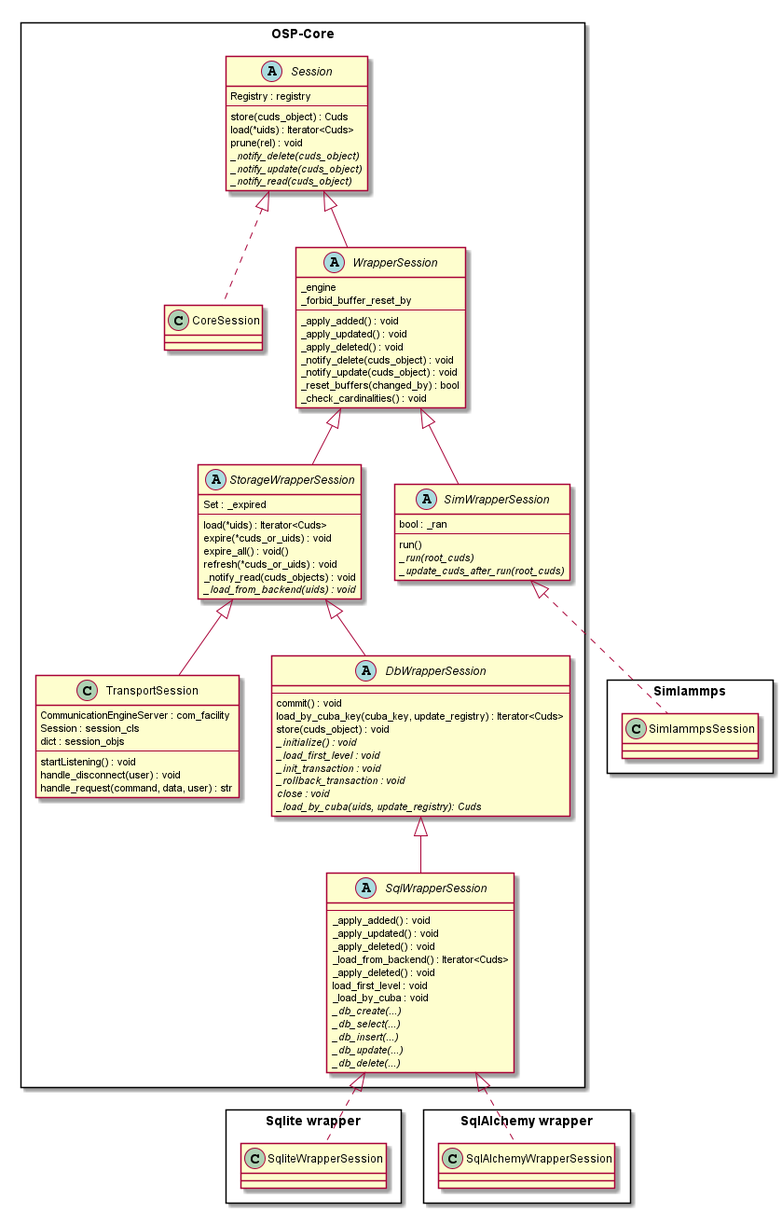
Earlier version of the PlantUML export img/session_inheritance_scheme.png (simphony/wrapper-development).
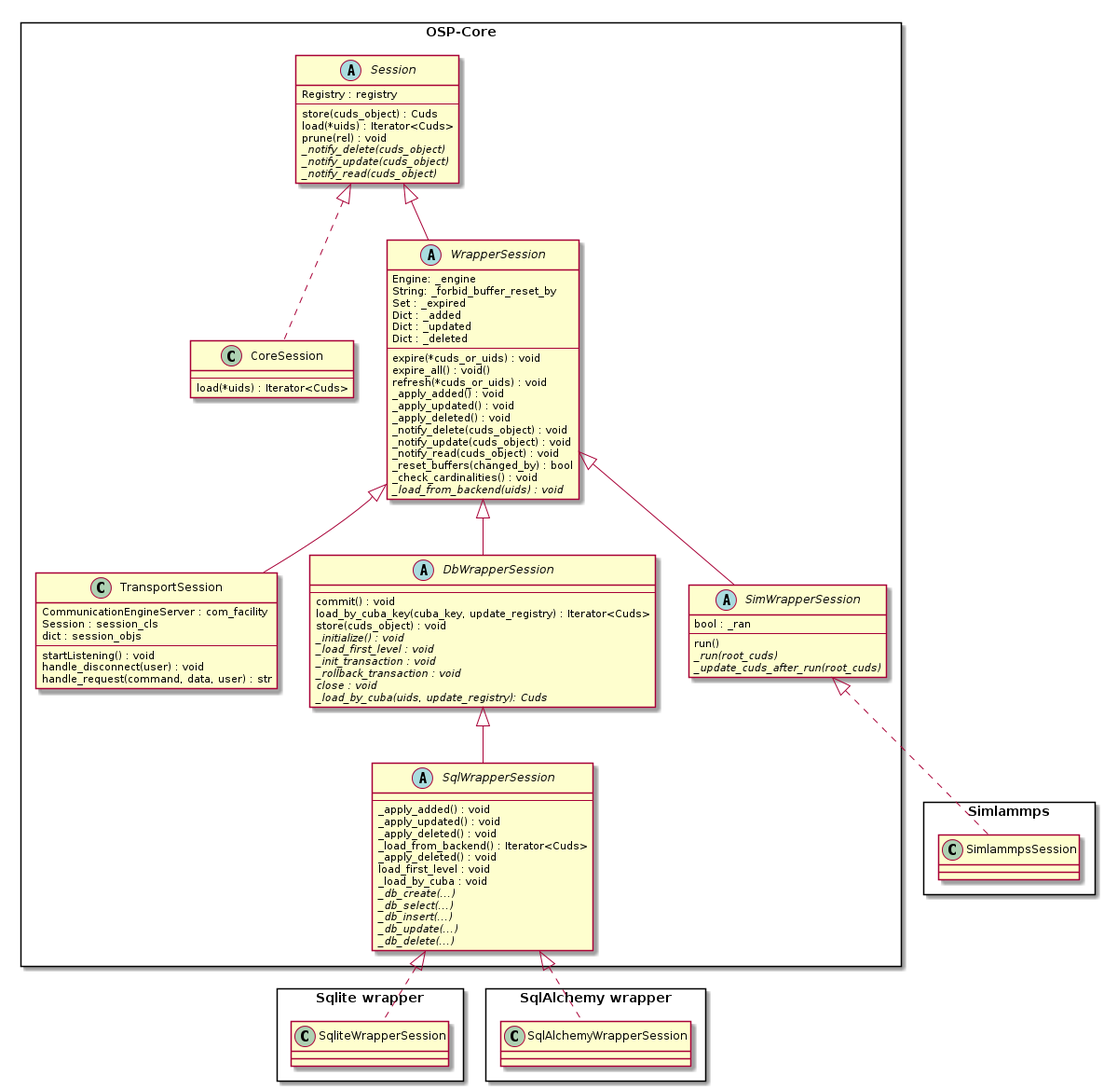
After the commit.

What changed in the source:
```diff
@@ -1,103 +1,103 @@
 @startuml
 rectangle "OSP-Core" as OSP {
-  abstract class Session {
-    Registry : registry
-    --
-    store(cuds_object) : Cuds
-    load(*uids) : Iterator<Cuds>
-    prune(rel) : void
-    {abstract}_notify_delete(cuds_object)
-    {abstract}_notify_update(cuds_object)
-    {abstract}_notify_read(cuds_object)
+    abstract class Session {
+      Registry : registry
+      --
+      store(cuds_object) : Cuds
+      load(*uids) : Iterator<Cuds>
+      prune(rel) : void
+      {abstract}_notify_delete(cuds_object)
+      {abstract}_notify_update(cuds_object)
+      {abstract}_notify_read(cuds_object)
+    }
+
+    class CoreSession implements Session {
+      --
+      load(*uids) : Iterator<Cuds>
+    }
+
+    abstract class WrapperSession extends Session {
+      Engine: _engine
+      String: _forbid_buffer_reset_by
+      Set : _expired
+      Dict : _added
+      Dict : _updated
+      Dict : _deleted
+      --
+      expire(*cuds_or_uids) : void
+      expire_all() : void()
+      refresh(*cuds_or_uids) : void
+      _apply_added() : void
+      _apply_updated() : void
+      _apply_deleted() : void
+      _notify_delete(cuds_object) : void
+      _notify_update(cuds_object) : void
+      _notify_read(cuds_object) : void
+      _reset_buffers(changed_by) : bool
+      _check_cardinalities() : void
+      {abstract}_load_from_backend(uids) : void
+    }
+
+    class TransportSession extends WrapperSession {
+      CommunicationEngineServer : com_facility
+      Session : session_cls
+      dict : session_objs
+      --
+      startListening() : void
+      handle_disconnect(user) : void
+      handle_request(command, data, user) : str
+    }
+
+    abstract class DbWrapperSession extends WrapperSession {
+      --
+      commit() : void
+      load_by_cuba_key(cuba_key, update_registry) : Iterator<Cuds>
+      store(cuds_object) : void
+      {abstract}_initialize() : void
+      {abstract}_load_first_level : void
+      {abstract}_init_transaction : void
+      {abstract}_rollback_transaction : void
+      {abstract}close : void
+      {abstract}_load_by_cuba(uids, update_registry): Cuds
+    }
+
+    abstract class SqlWrapperSession extends DbWrapperSession {
+      --
+      _apply_added() : void
+      _apply_updated() : void
+      _apply_deleted() : void
+      _load_from_backend() : Iterator<Cuds>
+      _apply_deleted() : void
+      load_first_level : void
+      _load_by_cuba : void
+      {abstract}_db_create(...)
+      {abstract}_db_select(...)
+      {abstract}_db_insert(...)
+      {abstract}_db_update(...)
+      {abstract}_db_delete(...)
+    }
+
+    abstract class SimWrapperSession extends WrapperSession {
+      bool : _ran
+      --
+      run()
+      {abstract}_run(root_cuds)
+      {abstract}_update_cuds_after_run(root_cuds)
+    }
   }
 
-  class CoreSession implements Session {
+  rectangle "Sqlite wrapper" as sqlite {
+    class SqliteWrapperSession implements SqlWrapperSession {
+    }
   }
 
-  abstract class WrapperSession extends Session {
-    _engine
-    _forbid_buffer_reset_by
-    --
-    _apply_added() : void
-    _apply_updated() : void
-    _apply_deleted() : void
-    _notify_delete(cuds_object) : void
-    _notify_update(cuds_object) : void
-    _reset_buffers(changed_by) : bool
-    _check_cardinalities() : void
+  rectangle "SqlAlchemy wrapper" as sqlalchemy {
+    class SqlAlchemyWrapperSession implements SqlWrapperSession {
+    }
   }
 
-  abstract class StorageWrapperSession extends WrapperSession {
-    Set : _expired
-    --
-    load(*uids) : Iterator<Cuds>
-    expire(*cuds_or_uids) : void
-    expire_all() : void()
-    refresh(*cuds_or_uids) : void
-    _notify_read(cuds_objects) : void
-    {abstract}_load_from_backend(uids) : void
+  rectangle "Simlammps" as simlammps {
+    class SimlammpsSession implements SimWrapperSession {
+    }
   }
-
-  class TransportSession extends StorageWrapperSession {
-    CommunicationEngineServer : com_facility
-    Session : session_cls
-    dict : session_objs
-    --
-    startListening() : void
-    handle_disconnect(user) : void
-    handle_request(command, data, user) : str
-  }
-
-  abstract class DbWrapperSession extends StorageWrapperSession {
-    --
-    commit() : void
-    load_by_cuba_key(cuba_key, update_registry) : Iterator<Cuds>
-    store(cuds_object) : void
-    {abstract}_initialize() : void
-    {abstract}_load_first_level : void
-    {abstract}_init_transaction : void
-    {abstract}_rollback_transaction : void
-    {abstract}close : void
-    {abstract}_load_by_cuba(uids, update_registry): Cuds
-  }
-
-  abstract class SqlWrapperSession extends DbWrapperSession {
-    --
-    _apply_added() : void
-    _apply_updated() : void
-    _apply_deleted() : void
-    _load_from_backend() : Iterator<Cuds>
-    _apply_deleted() : void
-    load_first_level : void
-    _load_by_cuba : void
-    {abstract}_db_create(...)
-    {abstract}_db_select(...)
-    {abstract}_db_insert(...)
-    {abstract}_db_update(...)
-    {abstract}_db_delete(...)
-  }
-
-  abstract class SimWrapperSession extends WrapperSession {
-    bool : _ran
-    --
-    run()
-    {abstract}_run(root_cuds)
-    {abstract}_update_cuds_after_run(root_cuds)
-  }
-}
-
-rectangle "Sqlite wrapper" as sqlite {
-  class SqliteWrapperSession implements SqlWrapperSession {
-  }
-}
-
-rectangle "SqlAlchemy wrapper" as sqlalchemy {
-  class SqlAlchemyWrapperSession implements SqlWrapperSession {
-  }
-}
-
-rectangle "Simlammps" as simlammps {
-  class SimlammpsSession implements SimWrapperSession {
-  }
-}
 @enduml
```
